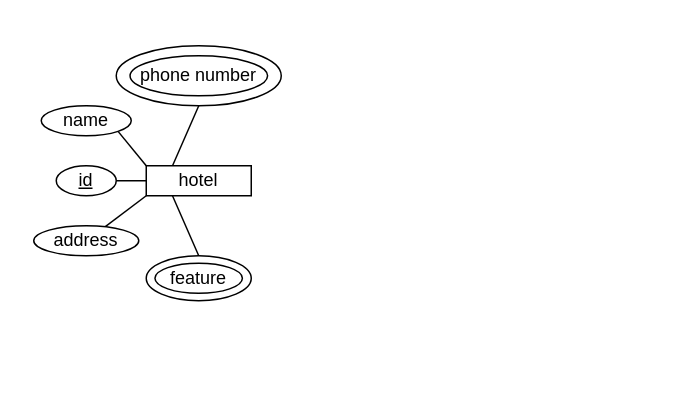
cs374f25/hotel-database keeps this draw.io diagram as hotel database.drawio. Above is the earlier version. Source tidied: cells renumbered, new cells numbered last; positions are measured from the earlier drawing's top-left corner, leaving out a move shared by most shapes. Both pictures are drawn from the tidied source at 150%, with x=0, y=0 at pixel (33, 45).
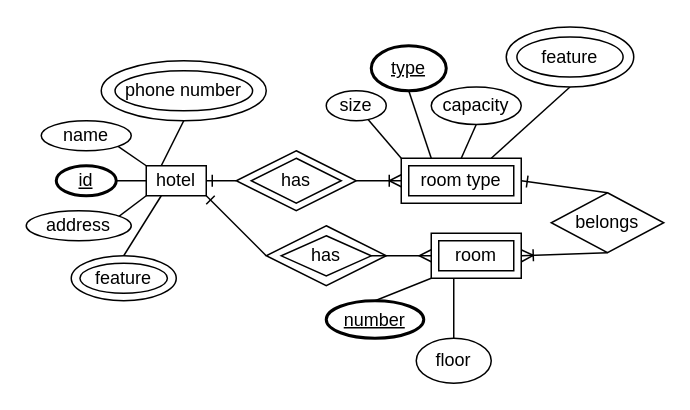
The same diagram, later.

Change to the diagram source:
```diff
@@
+    <mxCell id="17" style="rounded=0;jettySize=auto;html=1;exitX=1;exitY=0.5;exitDx=0;exitDy=0;entryX=0;entryY=0.5;entryDx=0;entryDy=0;endArrow=none;endFill=0;startArrow=ERone;startFill=0;" parent="1" edge="1" source="7" target="25">
+      <mxGeometry relative="1" as="geometry" />
+    </mxCell>
+    <mxCell id="18" style="rounded=0;jettySize=auto;html=1;exitX=1;exitY=1;exitDx=0;exitDy=0;endArrow=none;endFill=0;entryX=0;entryY=0.5;entryDx=0;entryDy=0;startArrow=ERone;startFill=0;" parent="1" edge="1" source="7" target="37">
+      <mxGeometry relative="1" as="geometry" />
+    </mxCell>
     <mxCell id="7" value="hotel" style="whiteSpace=wrap;html=1;align=center;" parent="1" vertex="1">
-      <mxGeometry x="75" y="80" width="70" height="20" as="geometry" />
+      <mxGeometry x="75" y="80" width="40" height="20" as="geometry" />
     </mxCell>
-    <mxCell id="8" value="id" style="ellipse;whiteSpace=wrap;html=1;align=center;fontStyle=4;" parent="1" vertex="1">
+    <mxCell id="8" value="id" style="ellipse;whiteSpace=wrap;html=1;align=center;fontStyle=4;strokeWidth=2;" parent="1" vertex="1">
       <mxGeometry x="15" y="80" width="40" height="20" as="geometry" />
     </mxCell>
     <mxCell id="9" value="name" style="ellipse;whiteSpace=wrap;html=1;align=center;" parent="1" vertex="1">
-      <mxGeometry x="5" y="40" width="60" height="20" as="geometry" />
+      <mxGeometry x="5" y="50" width="60" height="20" as="geometry" />
     </mxCell>
     <mxCell id="10" value="address" style="ellipse;whiteSpace=wrap;html=1;align=center;" parent="1" vertex="1">
-      <mxGeometry y="120" width="70" height="20" as="geometry" />
+      <mxGeometry x="-5" y="110" width="70" height="20" as="geometry" />
     </mxCell>
     <mxCell id="11" style="group;" parent="1" vertex="1">
-      <mxGeometry x="55" width="110" height="40" as="geometry" />
+      <mxGeometry x="45" y="10" width="110" height="40" as="geometry" />
     </mxCell>
@@
     <mxCell id="14" style="group;" parent="1" vertex="1">
-      <mxGeometry x="75" y="140" width="70" height="30" as="geometry" />
+      <mxGeometry x="25" y="140" width="70" height="30" as="geometry" />
     </mxCell>
@@
+    <mxCell id="19" style="rounded=0;jettySize=auto;html=1;exitX=0;exitY=0;exitDx=0;exitDy=0;endArrow=none;endFill=0;" parent="1" edge="1" source="23" target="28">
+      <mxGeometry relative="1" as="geometry" />
+    </mxCell>
+    <mxCell id="20" style="rounded=0;jettySize=auto;html=1;exitX=0.25;exitY=0;exitDx=0;exitDy=0;entryX=0.5;entryY=1;entryDx=0;entryDy=0;endArrow=none;endFill=0;" parent="1" edge="1" source="23" target="29">
+      <mxGeometry relative="1" as="geometry" />
+    </mxCell>
+    <mxCell id="21" style="rounded=0;jettySize=auto;html=1;exitX=0.5;exitY=0;exitDx=0;exitDy=0;entryX=0.5;entryY=1;entryDx=0;entryDy=0;endArrow=none;endFill=0;" parent="1" edge="1" source="23" target="30">
+      <mxGeometry relative="1" as="geometry" />
+    </mxCell>
+    <mxCell id="22" style="rounded=0;jettySize=auto;html=1;exitX=0.75;exitY=0;exitDx=0;exitDy=0;entryX=0.5;entryY=1;entryDx=0;entryDy=0;endArrow=none;endFill=0;" parent="1" edge="1" source="23" target="32">
+      <mxGeometry relative="1" as="geometry" />
+    </mxCell>
+    <mxCell id="23" value="room type" style="shape=ext;margin=3;double=1;whiteSpace=wrap;html=1;align=center;" parent="1" vertex="1">
+      <mxGeometry x="245" y="75" width="80" height="30" as="geometry" />
+    </mxCell>
+    <mxCell id="24" style="group;" parent="1" vertex="1">
+      <mxGeometry x="135" y="70" width="80" height="40" as="geometry" />
+    </mxCell>
+    <mxCell id="25" style="rhombus;whiteSpace=wrap;html=1;" parent="24" vertex="1">
+      <mxGeometry width="80" height="40" as="geometry" />
+    </mxCell>
+    <mxCell id="26" value="has" style="shape=rhombus;html=1;dashed=0;whiteSpace=wrap;perimeter=rhombusPerimeter;" parent="24" vertex="1">
+      <mxGeometry x="10" y="5" width="60" height="30" as="geometry" />
+    </mxCell>
+    <mxCell id="27" style="rounded=0;jettySize=auto;html=1;exitX=1;exitY=0.5;exitDx=0;exitDy=0;entryX=0;entryY=0.5;entryDx=0;entryDy=0;endArrow=ERoneToMany;endFill=0;" parent="1" edge="1" source="25" target="23">
+      <mxGeometry relative="1" as="geometry" />
+    </mxCell>
+    <mxCell id="28" value="size" style="ellipse;whiteSpace=wrap;html=1;align=center;" parent="1" vertex="1">
+      <mxGeometry x="195" y="30" width="40" height="20" as="geometry" />
+    </mxCell>
+    <mxCell id="29" value="type" style="ellipse;whiteSpace=wrap;html=1;align=center;fontStyle=4;strokeWidth=2;" parent="1" vertex="1">
+      <mxGeometry x="225" width="50" height="30" as="geometry" />
+    </mxCell>
+    <mxCell id="30" value="capacity" style="ellipse;whiteSpace=wrap;html=1;align=center;" parent="1" vertex="1">
+      <mxGeometry x="265" y="27.5" width="60" height="25" as="geometry" />
+    </mxCell>
+    <mxCell id="31" style="group;" parent="1" vertex="1">
+      <mxGeometry x="315" y="-12.5" width="85" height="40" as="geometry" />
+    </mxCell>
+    <mxCell id="32" style="ellipse;whiteSpace=wrap;html=1;" parent="31" vertex="1">
+      <mxGeometry width="85" height="40" as="geometry" />
+    </mxCell>
+    <mxCell id="33" value="feature" style="ellipse;whiteSpace=wrap;html=1;align=center;" parent="31" vertex="1">
+      <mxGeometry x="7.1" y="6.7" width="70.8" height="26.7" as="geometry" />
+    </mxCell>
+    <mxCell id="34" style="rounded=0;jettySize=auto;html=1;exitX=1;exitY=0.5;exitDx=0;exitDy=0;entryX=0.5;entryY=1;entryDx=0;entryDy=0;endArrow=none;endFill=0;startArrow=ERoneToMany;startFill=0;" parent="1" edge="1" source="35" target="45">
+      <mxGeometry relative="1" as="geometry" />
+    </mxCell>
+    <mxCell id="35" value="room" style="shape=ext;margin=3;double=1;whiteSpace=wrap;html=1;align=center;" parent="1" vertex="1">
+      <mxGeometry x="265" y="125" width="60" height="30" as="geometry" />
+    </mxCell>
+    <mxCell id="36" style="group;" parent="1" vertex="1">
+      <mxGeometry x="155" y="120" width="80" height="40" as="geometry" />
+    </mxCell>
+    <mxCell id="37" style="rhombus;whiteSpace=wrap;html=1;" parent="36" vertex="1">
+      <mxGeometry width="80" height="40" as="geometry" />
+    </mxCell>
+    <mxCell id="38" value="has" style="shape=rhombus;html=1;dashed=0;whiteSpace=wrap;perimeter=rhombusPerimeter;" parent="36" vertex="1">
+      <mxGeometry x="10" y="6.7" width="60" height="26.7" as="geometry" />
+    </mxCell>
+    <mxCell id="39" style="rounded=0;jettySize=auto;html=1;entryX=0;entryY=0.5;entryDx=0;entryDy=0;endArrow=ERmany;endFill=0;" parent="1" edge="1" source="38" target="35">
+      <mxGeometry relative="1" as="geometry" />
+    </mxCell>
+    <mxCell id="40" style="rounded=0;jettySize=auto;html=1;exitX=0.5;exitY=0;exitDx=0;exitDy=0;entryX=0;entryY=1;entryDx=0;entryDy=0;endArrow=none;endFill=0;" parent="1" edge="1" source="41" target="35">
+      <mxGeometry relative="1" as="geometry" />
+    </mxCell>
+    <mxCell id="41" value="number" style="ellipse;whiteSpace=wrap;html=1;align=center;fontStyle=4;strokeWidth=2;" parent="1" vertex="1">
+      <mxGeometry x="195" y="170" width="65" height="25" as="geometry" />
+    </mxCell>
+    <mxCell id="42" style="rounded=0;jettySize=auto;html=1;exitX=0.5;exitY=0;exitDx=0;exitDy=0;entryX=0.25;entryY=1;entryDx=0;entryDy=0;endArrow=none;endFill=0;" parent="1" edge="1" source="43" target="35">
+      <mxGeometry relative="1" as="geometry" />
+    </mxCell>
+    <mxCell id="43" value="floor" style="ellipse;whiteSpace=wrap;html=1;align=center;" parent="1" vertex="1">
+      <mxGeometry x="255" y="195" width="50" height="30" as="geometry" />
+    </mxCell>
+    <mxCell id="44" style="rounded=0;jettySize=auto;html=1;exitX=0.5;exitY=0;exitDx=0;exitDy=0;entryX=1;entryY=0.5;entryDx=0;entryDy=0;endArrow=ERone;endFill=0;" parent="1" edge="1" source="45" target="23">
+      <mxGeometry relative="1" as="geometry" />
+    </mxCell>
+    <mxCell id="45" value="belongs" style="shape=rhombus;html=1;dashed=0;whiteSpace=wrap;perimeter=rhombusPerimeter;" parent="1" vertex="1">
+      <mxGeometry x="345" y="98" width="75" height="40" as="geometry" />
+    </mxCell>
```
